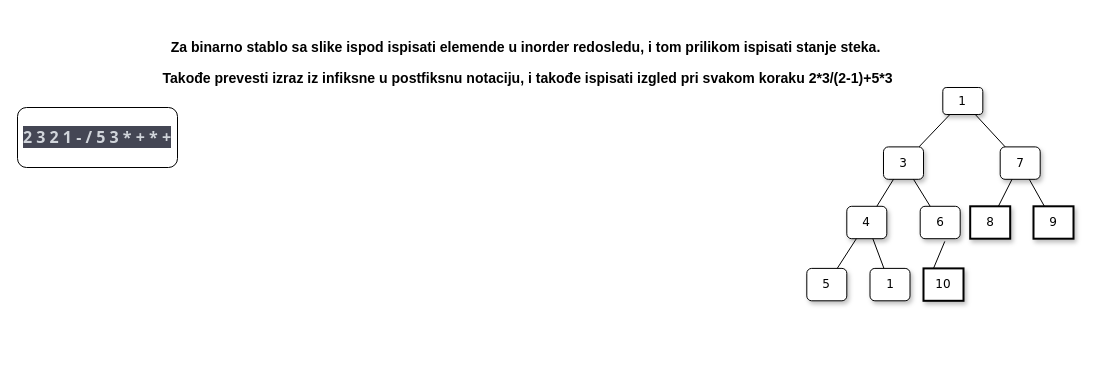
Erten00/AISP keeps this draw.io diagram as Septembar 2023/5.drawio. Above is the earlier version. Source tidied: cells renumbered, new cells numbered last; positions are measured from the earlier drawing's top-left corner, leaving out a move shared by most shapes. Both pictures are drawn from the tidied source at 100%, with x=0, y=0 at pixel (17, 17).
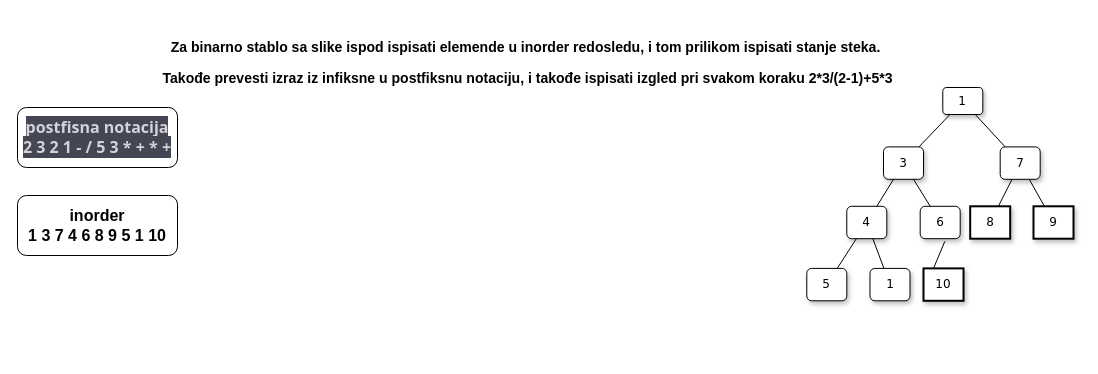
The same diagram, later.

The edit, as a diff of the source:
```diff
@@
-    <mxCell id="23" value="&lt;span style=&quot;color: rgb(209, 213, 219); font-family: Söhne, ui-sans-serif, system-ui, -apple-system, &amp;quot;Segoe UI&amp;quot;, Roboto, Ubuntu, Cantarell, &amp;quot;Noto Sans&amp;quot;, sans-serif, &amp;quot;Helvetica Neue&amp;quot;, Arial, &amp;quot;Apple Color Emoji&amp;quot;, &amp;quot;Segoe UI Emoji&amp;quot;, &amp;quot;Segoe UI Symbol&amp;quot;, &amp;quot;Noto Color Emoji&amp;quot;; font-size: 16px; text-align: start; background-color: rgb(68, 70, 84);&quot;&gt;&lt;b&gt;2 3 2 1 - / 5 3 * + * +&lt;/b&gt;&lt;/span&gt;" style="rounded=1;whiteSpace=wrap;html=1;" parent="1" vertex="1">
+    <mxCell id="23" value="&lt;span style=&quot;color: rgb(209, 213, 219); font-family: Söhne, ui-sans-serif, system-ui, -apple-system, &amp;quot;Segoe UI&amp;quot;, Roboto, Ubuntu, Cantarell, &amp;quot;Noto Sans&amp;quot;, sans-serif, &amp;quot;Helvetica Neue&amp;quot;, Arial, &amp;quot;Apple Color Emoji&amp;quot;, &amp;quot;Segoe UI Emoji&amp;quot;, &amp;quot;Segoe UI Symbol&amp;quot;, &amp;quot;Noto Color Emoji&amp;quot;; font-size: 16px; text-align: start; background-color: rgb(68, 70, 84);&quot;&gt;&lt;b&gt;postfisna notacija&lt;br&gt;2 3 2 1 - / 5 3 * + * +&lt;/b&gt;&lt;/span&gt;" style="rounded=1;whiteSpace=wrap;html=1;" parent="1" vertex="1">
       <mxGeometry y="90" width="160" height="60" as="geometry" />
     </mxCell>
+    <mxCell id="24" value="&lt;font size=&quot;3&quot;&gt;&lt;b&gt;inorder&lt;br&gt;1 3 7 4 6 8 9 5 1 10&lt;/b&gt;&lt;/font&gt;" style="rounded=1;whiteSpace=wrap;html=1;" parent="1" vertex="1">
+      <mxGeometry y="178" width="160" height="60" as="geometry" />
+    </mxCell>
```
